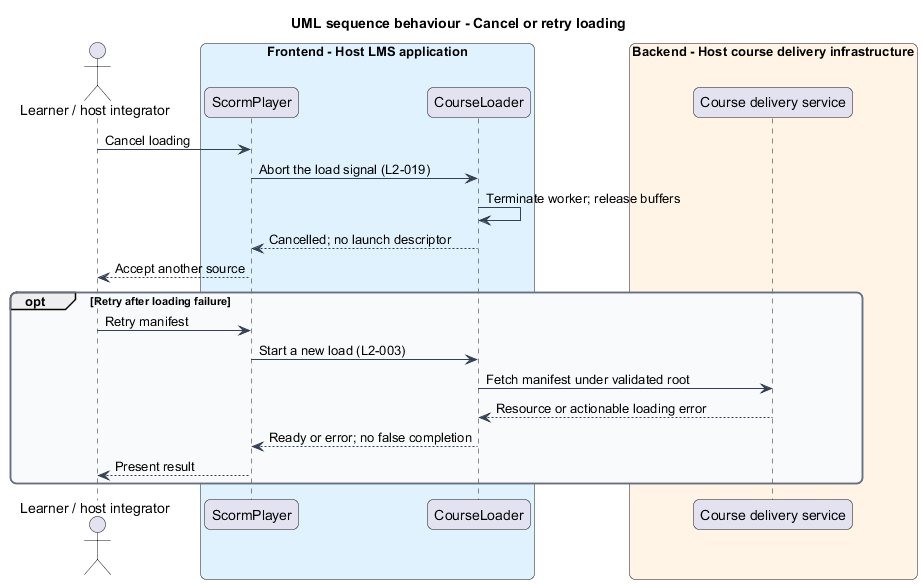
Before: docs/detailed-designs/scorm-player/load-course/diagrams/sequence-cancel.png, a diagram exported from PlantUML (QuinntyneBrown/Tessera).
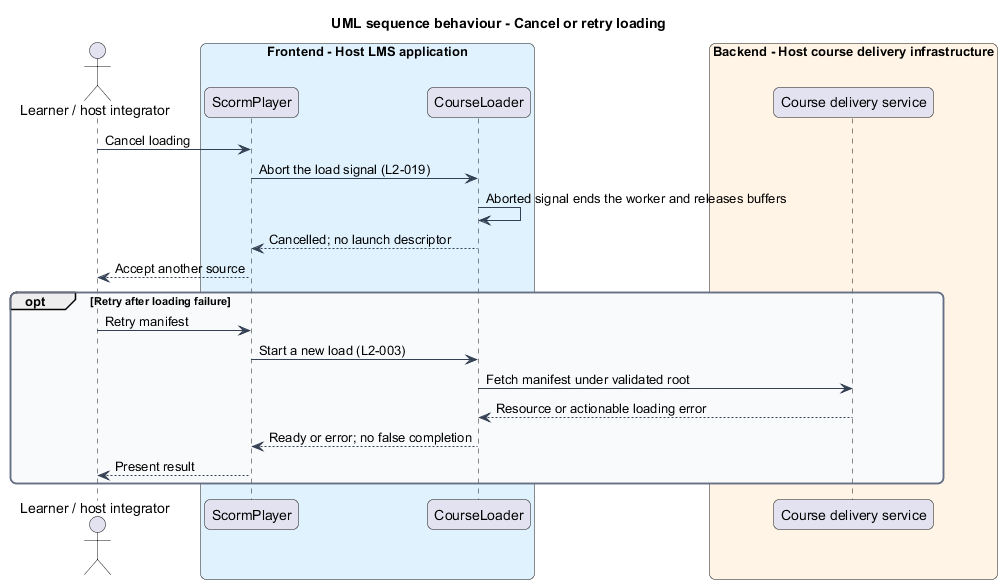
Later version of the same file.

Diff of the diagram source:
```diff
@@ -25,7 +25,7 @@
 
 actor -> shell : Cancel loading
 shell -> core : Abort the load signal (L2-019)
-core -> core : Terminate worker; release buffers
+core -> core : Aborted signal ends the worker and releases buffers
 core --> shell : Cancelled; no launch descriptor
 shell --> actor : Accept another source
 opt Retry after loading failure
```
